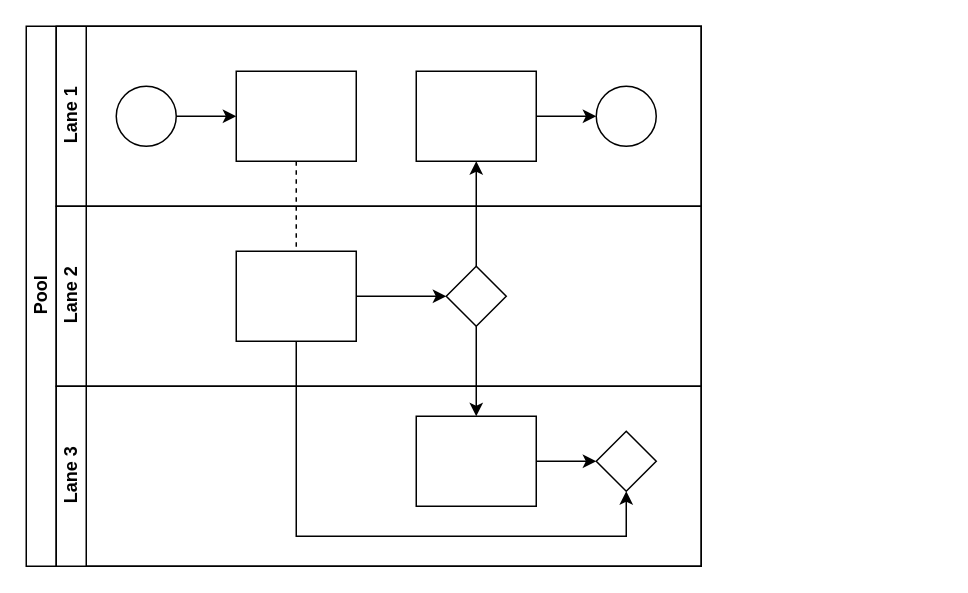
Earlier version of the draw.io diagram page "As Is" (1 of 2) of Diagrama sin título.drawio (diegardoariza/hello-world). Source tidied: cells renumbered, new cells numbered last; positions are measured from the earlier drawing's top-left corner, leaving out a move shared by most shapes. Both pictures are drawn from the tidied source at 150%, with x=0, y=0 at pixel (26, 26).
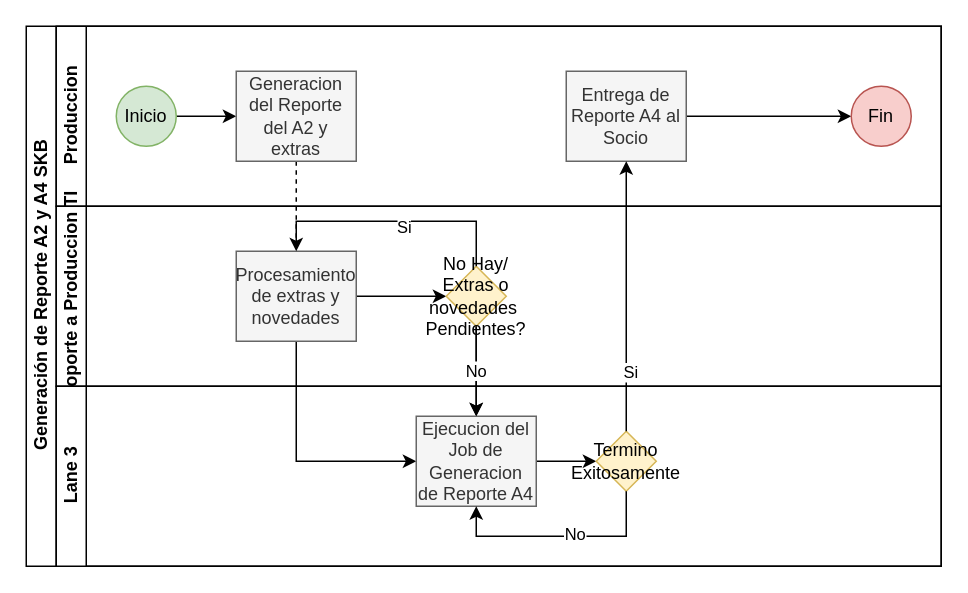
After the change.

Diff of the diagram source:
```diff
@@
-    <mxCell id="2" value="Pool" style="swimlane;html=1;horizontal=0;startSize=20;" parent="1" vertex="1">
-      <mxGeometry width="450" height="360" as="geometry" />
+    <mxCell id="2" value="Generación de Reporte A2 y A4 SKB" style="swimlane;html=1;horizontal=0;startSize=20;" parent="1" vertex="1">
+      <mxGeometry width="610" height="360" as="geometry" />
     </mxCell>
@@
-    <mxCell id="4" style="edgeStyle=orthogonalEdgeStyle;rounded=0;jettySize=auto;html=1;endArrow=classic;endFill=1;" parent="2" edge="1" source="17" target="12">
-      <mxGeometry relative="1" as="geometry" />
-    </mxCell>
@@
-    <mxCell id="6" style="edgeStyle=orthogonalEdgeStyle;rounded=0;jettySize=auto;html=1;endArrow=classic;endFill=1;" parent="2" edge="1" source="16" target="21">
+    <mxCell id="6" style="edgeStyle=orthogonalEdgeStyle;rounded=0;jettySize=auto;html=1;endArrow=classic;endFill=1;entryX=0;entryY=0.5;entryDx=0;entryDy=0;" parent="2" edge="1" source="16" target="20">
       <mxGeometry relative="1" as="geometry">
         <Array as="points">
-          <mxPoint x="180" y="340" />
-          <mxPoint x="400" y="340" />
+          <mxPoint x="180" y="290" />
         </Array>
       </mxGeometry>
     </mxCell>
-    <mxCell id="7" value="Lane 1" style="swimlane;html=1;startSize=20;horizontal=0;" parent="2" vertex="1">
-      <mxGeometry x="20" width="430" height="120" as="geometry" />
+    <mxCell id="7" value="Produccion" style="swimlane;html=1;startSize=20;horizontal=0;" parent="2" vertex="1">
+      <mxGeometry x="20" width="590" height="120" as="geometry" />
     </mxCell>
@@
-    <mxCell id="9" style="ellipse;whiteSpace=wrap;html=1;" parent="7" vertex="1">
+    <mxCell id="9" value="Inicio" style="ellipse;whiteSpace=wrap;html=1;fillColor=#d5e8d4;strokeColor=#82b366;" parent="7" vertex="1">
       <mxGeometry x="40" y="40" width="40" height="40" as="geometry" />
     </mxCell>
-    <mxCell id="10" style="rounded=0;whiteSpace=wrap;html=1;fontFamily=Helvetica;fontSize=12;fontColor=#000000;align=center;" parent="7" vertex="1">
+    <mxCell id="10" value="Generacion del Reporte del A2 y extras" style="rounded=0;whiteSpace=wrap;html=1;fontFamily=Helvetica;fontSize=12;align=center;fillColor=#f5f5f5;strokeColor=#666666;fontColor=#333333;" parent="7" vertex="1">
       <mxGeometry x="120" y="30" width="80" height="60" as="geometry" />
     </mxCell>
@@
-    <mxCell id="12" style="rounded=0;whiteSpace=wrap;html=1;fontFamily=Helvetica;fontSize=12;fontColor=#000000;align=center;" parent="7" vertex="1">
-      <mxGeometry x="240" y="30" width="80" height="60" as="geometry" />
+    <mxCell id="12" value="Entrega de Reporte A4 al Socio" style="rounded=0;whiteSpace=wrap;html=1;fontFamily=Helvetica;fontSize=12;align=center;fillColor=#f5f5f5;strokeColor=#666666;fontColor=#333333;" parent="7" vertex="1">
+      <mxGeometry x="340" y="30" width="80" height="60" as="geometry" />
     </mxCell>
-    <mxCell id="13" style="ellipse;whiteSpace=wrap;html=1;" parent="7" vertex="1">
-      <mxGeometry x="360" y="40" width="40" height="40" as="geometry" />
+    <mxCell id="13" value="Fin" style="ellipse;whiteSpace=wrap;html=1;fillColor=#f8cecc;strokeColor=#b85450;" parent="7" vertex="1">
+      <mxGeometry x="530" y="40" width="40" height="40" as="geometry" />
     </mxCell>
-    <mxCell id="14" value="Lane 2" style="swimlane;html=1;startSize=20;horizontal=0;" parent="2" vertex="1">
-      <mxGeometry x="20" y="120" width="430" height="120" as="geometry" />
+    <mxCell id="14" value="Soporte a Produccion TI" style="swimlane;html=1;startSize=20;horizontal=0;" parent="2" vertex="1">
+      <mxGeometry x="20" y="120" width="590" height="120" as="geometry" />
     </mxCell>
@@
-    <mxCell id="16" style="rounded=0;whiteSpace=wrap;html=1;fontFamily=Helvetica;fontSize=12;fontColor=#000000;align=center;" parent="14" vertex="1">
+    <mxCell id="16" value="Procesamiento de extras y novedades" style="rounded=0;whiteSpace=wrap;html=1;fontFamily=Helvetica;fontSize=12;align=center;fillColor=#f5f5f5;strokeColor=#666666;fontColor=#333333;" parent="14" vertex="1">
       <mxGeometry x="120" y="30" width="80" height="60" as="geometry" />
     </mxCell>
-    <mxCell id="17" style="rhombus;whiteSpace=wrap;html=1;fontFamily=Helvetica;fontSize=12;fontColor=#000000;align=center;" parent="14" vertex="1">
+    <mxCell id="17" value="No Hay/ Extras o novedades&amp;nbsp; Pendientes?" style="rhombus;whiteSpace=wrap;html=1;fontFamily=Helvetica;fontSize=12;align=center;fillColor=#fff2cc;strokeColor=#d6b656;" parent="14" vertex="1">
       <mxGeometry x="260" y="40" width="40" height="40" as="geometry" />
     </mxCell>
+    <mxCell id="4" style="edgeStyle=orthogonalEdgeStyle;rounded=0;jettySize=auto;html=1;endArrow=classic;endFill=1;entryX=0.5;entryY=0;entryDx=0;entryDy=0;exitX=0.5;exitY=0;exitDx=0;exitDy=0;" parent="14" edge="1" source="17" target="16">
+      <mxGeometry relative="1" as="geometry">
+        <Array as="points">
+          <mxPoint x="280" y="10" />
+          <mxPoint x="160" y="10" />
+        </Array>
+      </mxGeometry>
+    </mxCell>
+    <mxCell id="22" value="Si" style="edgeLabel;html=1;align=center;verticalAlign=middle;" parent="4" vertex="1">
+      <mxGeometry x="-0.07" y="3" relative="1" as="geometry" />
+    </mxCell>
     <mxCell id="18" value="Lane 3" style="swimlane;html=1;startSize=20;horizontal=0;" parent="2" vertex="1">
-      <mxGeometry x="20" y="240" width="430" height="120" as="geometry" />
+      <mxGeometry x="20" y="240" width="590" height="120" as="geometry" />
     </mxCell>
@@
-    <mxCell id="20" style="rounded=0;whiteSpace=wrap;html=1;fontFamily=Helvetica;fontSize=12;fontColor=#000000;align=center;" parent="18" vertex="1">
+    <mxCell id="20" value="Ejecucion del Job de Generacion de Reporte A4" style="rounded=0;whiteSpace=wrap;html=1;fontFamily=Helvetica;fontSize=12;align=center;fillColor=#f5f5f5;strokeColor=#666666;fontColor=#333333;" parent="18" vertex="1">
       <mxGeometry x="240" y="20" width="80" height="60" as="geometry" />
     </mxCell>
-    <mxCell id="21" style="rhombus;whiteSpace=wrap;html=1;fontFamily=Helvetica;fontSize=12;fontColor=#000000;align=center;" parent="18" vertex="1">
+    <mxCell id="21" value="Termino Exitosamente" style="rhombus;whiteSpace=wrap;html=1;fontFamily=Helvetica;fontSize=12;align=center;fillColor=#fff2cc;strokeColor=#d6b656;" parent="18" vertex="1">
       <mxGeometry x="360" y="30" width="40" height="40" as="geometry" />
     </mxCell>
+    <mxCell id="23" style="endArrow=classic;html=1;rounded=0;entryX=0.5;entryY=1;entryDx=0;entryDy=0;exitX=0.5;exitY=1;exitDx=0;exitDy=0;" parent="18" edge="1" source="21" target="20">
+      <mxGeometry relative="1" as="geometry">
+        <Array as="points">
+          <mxPoint x="380" y="100" />
+          <mxPoint x="280" y="100" />
+        </Array>
+      </mxGeometry>
+    </mxCell>
+    <mxCell id="24" value="No" style="edgeLabel;html=1;align=center;verticalAlign=middle;" parent="23" vertex="1">
+      <mxGeometry x="-0.14" y="-2" relative="1" as="geometry" />
+    </mxCell>
+    <mxCell id="25" value="No" style="edgeStyle=orthogonalEdgeStyle;rounded=0;jettySize=auto;html=1;" parent="2" edge="1" source="17" target="20">
+      <mxGeometry relative="1" as="geometry" />
+    </mxCell>
+    <mxCell id="26" style="endArrow=classic;html=1;rounded=0;entryX=0.5;entryY=1;entryDx=0;entryDy=0;exitX=0.5;exitY=0;exitDx=0;exitDy=0;" parent="2" edge="1" source="21" target="12">
+      <mxGeometry relative="1" as="geometry">
+        <Array as="points">
+          <mxPoint x="400" y="110" />
+        </Array>
+      </mxGeometry>
+    </mxCell>
+    <mxCell id="27" value="Si" style="edgeLabel;html=1;align=center;verticalAlign=middle;" parent="26" vertex="1">
+      <mxGeometry x="-0.55" y="-2" relative="1" as="geometry" />
+    </mxCell>
```
